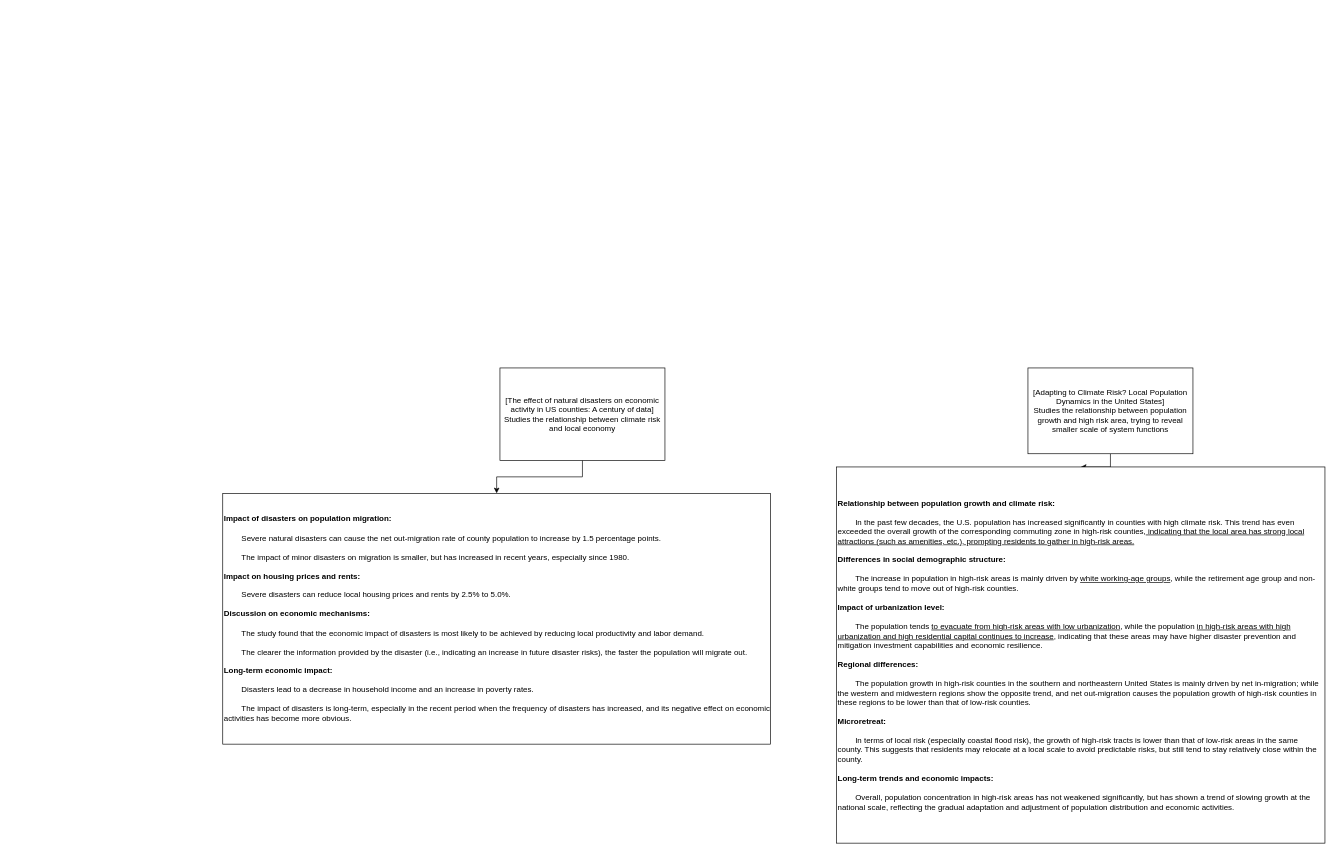
CaptainCCCP/Draw-io-cloud keeps this draw.io diagram as RAwork-literature review.drawio. Above is the earlier version. Source tidied: cells renumbered, new cells numbered last; positions are measured from the earlier drawing's top-left corner, leaving out a move shared by most shapes. Both pictures are drawn from the tidied source at 66%, with x=0, y=0 at pixel (222, 368).
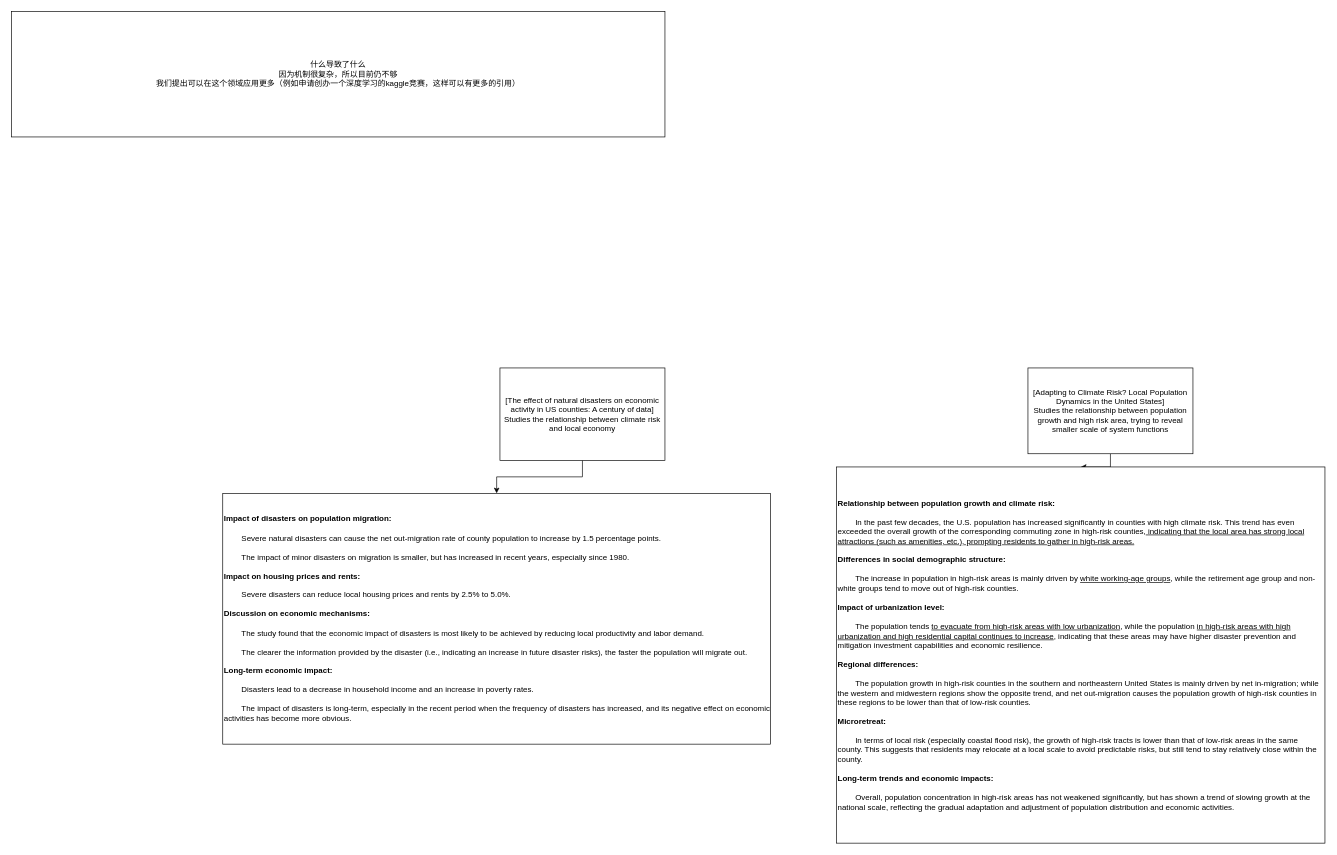
The same diagram, later.

Diff of the diagram source:
```diff
@@
 <mxGraphModel>
   <root>
     <mxCell id="0" />
     <mxCell id="1" parent="0" />
     <mxCell id="2" style="edgeStyle=orthogonalEdgeStyle;rounded=0;jettySize=auto;html=1;exitX=0.5;exitY=1;exitDx=0;exitDy=0;" parent="1" edge="1" source="3" target="6">
       <mxGeometry relative="1" as="geometry" />
     </mxCell>
     <mxCell id="3" value="[Adapting to Climate Risk? Local Population Dynamics in the United States]&lt;div&gt;Studies the relationship between population growth and high risk area, trying to reveal smaller scale of system functions&lt;/div&gt;" style="rounded=0;whiteSpace=wrap;html=1;" parent="1" vertex="1">
       <mxGeometry x="1220" width="250" height="130" as="geometry" />
     </mxCell>
     <mxCell id="4" style="edgeStyle=orthogonalEdgeStyle;rounded=0;jettySize=auto;html=1;exitX=0.5;exitY=1;exitDx=0;exitDy=0;entryX=0.5;entryY=0;entryDx=0;entryDy=0;" parent="1" edge="1" source="5" target="7">
       <mxGeometry relative="1" as="geometry" />
     </mxCell>
     <mxCell id="5" value="[The effect of natural disasters on economic activity in US counties: A century of data]&lt;div&gt;Studies the relationship between climate risk and local economy&lt;/div&gt;" style="rounded=0;whiteSpace=wrap;html=1;" parent="1" vertex="1">
       <mxGeometry x="420" width="250" height="140" as="geometry" />
     </mxCell>
     <mxCell id="6" value="&lt;div&gt;&lt;b&gt;Relationship between population growth and climate risk:&lt;/b&gt;&lt;/div&gt;&lt;div&gt;&lt;br&gt;&lt;/div&gt;&lt;div&gt;&lt;span style=&quot;white-space: pre;&quot;&gt;&#9;&lt;/span&gt;In the past few decades, the U.S. population has increased significantly in counties with high climate risk. This trend has even exceeded the overall growth of the corresponding commuting zone in high-risk counties,&lt;u&gt; indicating that the local area has strong local attractions (such as amenities, etc.), prompting residents to gather in high-risk areas.&lt;/u&gt;&lt;/div&gt;&lt;div&gt;&lt;br&gt;&lt;/div&gt;&lt;div&gt;&lt;b&gt;Differences in social demographic structure:&lt;/b&gt;&lt;/div&gt;&lt;div&gt;&lt;br&gt;&lt;/div&gt;&lt;div&gt;&lt;span style=&quot;white-space: pre;&quot;&gt;&#9;&lt;/span&gt;The increase in population in high-risk areas is mainly driven by &lt;u&gt;white working-age groups&lt;/u&gt;, while the retirement age group and non-white groups tend to move out of high-risk counties.&lt;/div&gt;&lt;div&gt;&lt;br&gt;&lt;/div&gt;&lt;div&gt;&lt;b&gt;Impact of urbanization level:&lt;/b&gt;&lt;/div&gt;&lt;div&gt;&lt;br&gt;&lt;/div&gt;&lt;div&gt;&lt;span style=&quot;white-space: pre;&quot;&gt;&#9;&lt;/span&gt;The population tends &lt;u&gt;to evacuate from high-risk areas with low urbanization&lt;/u&gt;, while the population &lt;u&gt;in high-risk areas with high urbanization and high residential capital continues to increase&lt;/u&gt;, indicating that these areas may have higher disaster prevention and mitigation investment capabilities and economic resilience.&lt;/div&gt;&lt;div&gt;&lt;br&gt;&lt;/div&gt;&lt;div&gt;&lt;b&gt;Regional differences:&lt;/b&gt;&lt;/div&gt;&lt;div&gt;&lt;br&gt;&lt;/div&gt;&lt;div&gt;&lt;span style=&quot;white-space: pre;&quot;&gt;&#9;&lt;/span&gt;The population growth in high-risk counties in the southern and northeastern United States is mainly driven by net in-migration; while the western and midwestern regions show the opposite trend, and net out-migration causes the population growth of high-risk counties in these regions to be lower than that of low-risk counties.&lt;/div&gt;&lt;div&gt;&lt;br&gt;&lt;/div&gt;&lt;div&gt;&lt;b&gt;Microretreat:&lt;/b&gt;&lt;/div&gt;&lt;div&gt;&lt;br&gt;&lt;/div&gt;&lt;div&gt;&lt;span style=&quot;white-space: pre;&quot;&gt;&#9;&lt;/span&gt;In terms of local risk (especially coastal flood risk), the growth of high-risk tracts is lower than that of low-risk areas in the same county. This suggests that residents may relocate at a local scale to avoid predictable risks, but still tend to stay relatively close within the county.&lt;/div&gt;&lt;div&gt;&lt;br&gt;&lt;/div&gt;&lt;div&gt;&lt;b&gt;Long-term trends and economic impacts:&lt;/b&gt;&lt;/div&gt;&lt;div&gt;&lt;br&gt;&lt;/div&gt;&lt;div&gt;&lt;span style=&quot;white-space: pre;&quot;&gt;&#9;&lt;/span&gt;Overall, population concentration in high-risk areas has not weakened significantly, but has shown a trend of slowing growth at the national scale, reflecting the gradual adaptation and adjustment of population distribution and economic activities.&lt;/div&gt;" style="rounded=0;whiteSpace=wrap;html=1;align=left;" parent="1" vertex="1">
       <mxGeometry x="930" y="150" width="740" height="570" as="geometry" />
     </mxCell>
     <mxCell id="7" value="&lt;div&gt;&lt;b&gt;Impact of disasters on population migration:&lt;/b&gt;&lt;/div&gt;&lt;div&gt;&lt;br&gt;&lt;/div&gt;&lt;div&gt;&lt;span style=&quot;white-space: pre;&quot;&gt;&#9;&lt;/span&gt;Severe natural disasters can cause the net out-migration rate of county population to increase by 1.5 percentage points.&lt;/div&gt;&lt;div&gt;&lt;br&gt;&lt;/div&gt;&lt;div&gt;&lt;span style=&quot;white-space: pre;&quot;&gt;&#9;&lt;/span&gt;The impact of minor disasters on migration is smaller, but has increased in recent years, especially since 1980.&lt;/div&gt;&lt;div&gt;&lt;br&gt;&lt;/div&gt;&lt;div&gt;&lt;b&gt;Impact on housing prices and rents:&lt;/b&gt;&lt;/div&gt;&lt;div&gt;&lt;br&gt;&lt;/div&gt;&lt;div&gt;&lt;span style=&quot;white-space: pre;&quot;&gt;&#9;&lt;/span&gt;Severe disasters can reduce local housing prices and rents by 2.5% to 5.0%.&lt;/div&gt;&lt;div&gt;&lt;br&gt;&lt;/div&gt;&lt;div&gt;&lt;b&gt;Discussion on economic mechanisms:&lt;/b&gt;&lt;/div&gt;&lt;div&gt;&lt;br&gt;&lt;/div&gt;&lt;div&gt;&lt;span style=&quot;white-space: pre;&quot;&gt;&#9;&lt;/span&gt;The study found that the economic impact of disasters is most likely to be achieved by reducing local productivity and labor demand.&lt;/div&gt;&lt;div&gt;&lt;br&gt;&lt;/div&gt;&lt;div&gt;&lt;span style=&quot;white-space: pre;&quot;&gt;&#9;&lt;/span&gt;The clearer the information provided by the disaster (i.e., indicating an increase in future disaster risks), the faster the population will migrate out.&lt;/div&gt;&lt;div&gt;&lt;br&gt;&lt;/div&gt;&lt;div&gt;&lt;b&gt;Long-term economic impact:&lt;/b&gt;&lt;/div&gt;&lt;div&gt;&lt;br&gt;&lt;/div&gt;&lt;div&gt;&lt;span style=&quot;white-space: pre;&quot;&gt;&#9;&lt;/span&gt;Disasters lead to a decrease in household income and an increase in poverty rates.&lt;/div&gt;&lt;div&gt;&lt;br&gt;&lt;/div&gt;&lt;div&gt;&lt;span style=&quot;white-space: pre;&quot;&gt;&#9;&lt;/span&gt;The impact of disasters is long-term, especially in the recent period when the frequency of disasters has increased, and its negative effect on economic activities has become more obvious.&lt;/div&gt;" style="rounded=0;whiteSpace=wrap;html=1;align=left;" parent="1" vertex="1">
       <mxGeometry y="190" width="830" height="380" as="geometry" />
     </mxCell>
+    <mxCell id="8" value="什么导致了什么&lt;div&gt;因为机制很复杂，所以目前仍不够&lt;/div&gt;&lt;div&gt;我们提出可以在这个领域应用更多（例如申请创办一个深度学习的kaggle竞赛，这样可以有更多的引用）&lt;/div&gt;" style="whiteSpace=wrap;html=1;" parent="1" vertex="1">
+      <mxGeometry x="-320" y="-540" width="990" height="190" as="geometry" />
+    </mxCell>
   </root>
 </mxGraphModel>
```
